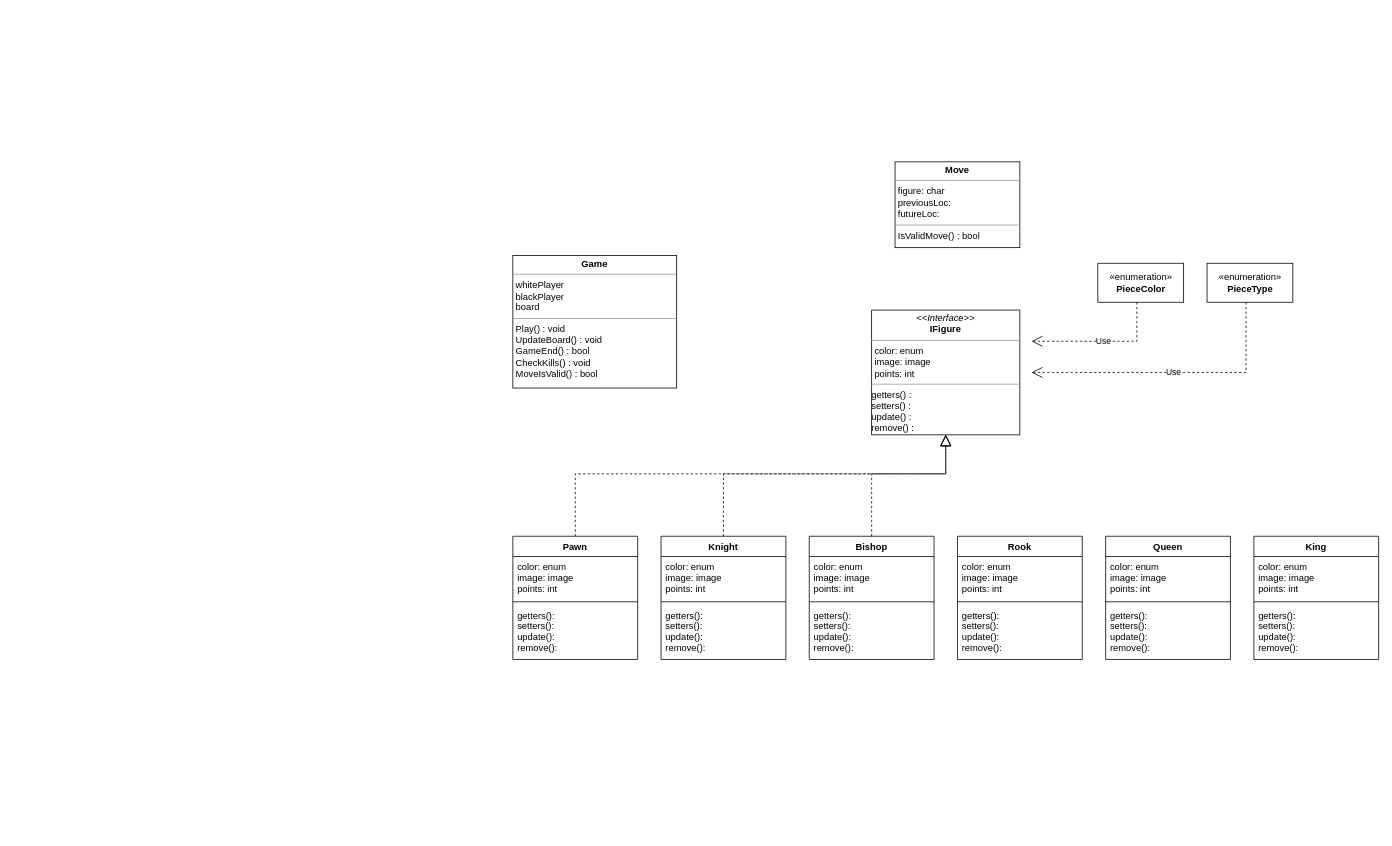
Bl8nk20/Chess keeps this draw.io diagram as Unbenanntes Diagramm.drawio. Above is the earlier version. Source tidied: cells renumbered, new cells numbered last; positions are measured from the earlier drawing's top-left corner, leaving out a move shared by most shapes. Both pictures are drawn from the tidied source at 78%, with x=0, y=0 at pixel (512, 161).
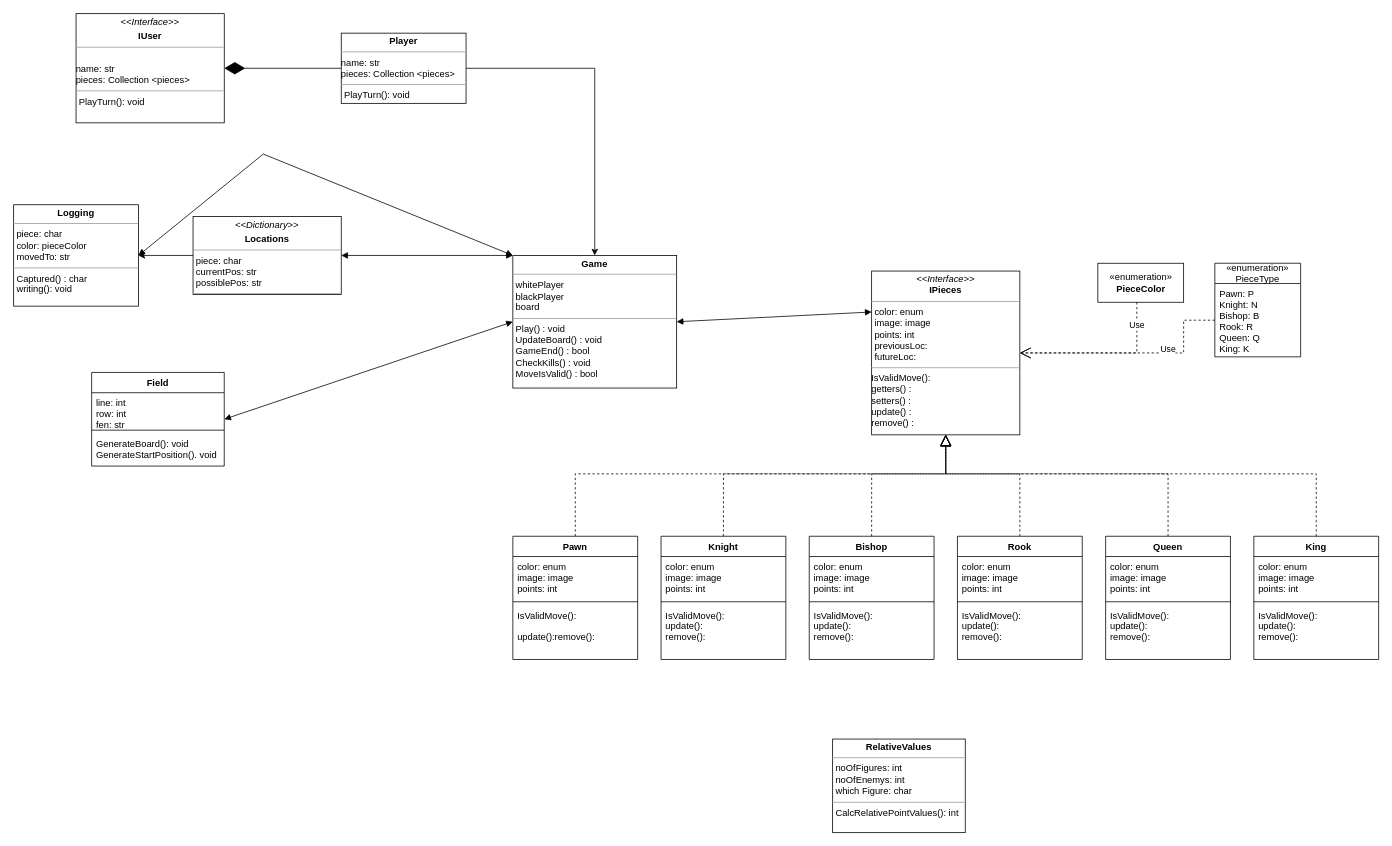
Above is the later version.

Unchanged cells that the change refers to:
```xml
<mxCell id="2" value="&lt;p style=&quot;margin:0px;margin-top:4px;text-align:center;&quot;&gt;&lt;b&gt;Game&lt;/b&gt;&lt;br&gt;&lt;/p&gt;&lt;hr size=&quot;1&quot;&gt;&lt;p style=&quot;margin:0px;margin-left:4px;&quot;&gt;whitePlayer&lt;/p&gt;&lt;p style=&quot;margin:0px;margin-left:4px;&quot;&gt;blackPlayer&lt;/p&gt;&lt;p style=&quot;margin:0px;margin-left:4px;&quot;&gt;board&lt;/p&gt;&lt;hr size=&quot;1&quot;&gt;&lt;p style=&quot;margin:0px;margin-left:4px;&quot;&gt;Play() : void&lt;/p&gt;&lt;p style=&quot;margin:0px;margin-left:4px;&quot;&gt;UpdateBoard() : void&lt;/p&gt;&lt;p style=&quot;margin:0px;margin-left:4px;&quot;&gt;GameEnd() : bool&lt;/p&gt;&lt;p style=&quot;margin:0px;margin-left:4px;&quot;&gt;CheckKills() : void&lt;/p&gt;&lt;p style=&quot;margin:0px;margin-left:4px;&quot;&gt;MoveIsValid() : bool&lt;br&gt;&lt;/p&gt;" style="verticalAlign=top;align=left;overflow=fill;fontSize=12;fontFamily=Helvetica;html=1;" parent="1" vertex="1">
  <mxGeometry y="120" width="210" height="170" as="geometry" />
</mxCell>
<mxCell id="8" value="Knight" style="swimlane;fontStyle=1;align=center;verticalAlign=top;horizontal=1;startSize=26;" parent="1" vertex="1">
  <mxGeometry x="190" y="480" width="160" height="158" as="geometry" />
</mxCell>
<mxCell id="13" value="King" style="swimlane;fontStyle=1;align=center;verticalAlign=top;horizontal=1;startSize=26;" parent="1" vertex="1">
  <mxGeometry x="950" y="480" width="160" height="158" as="geometry" />
</mxCell>
<mxCell id="17" value="Queen" style="swimlane;fontStyle=1;align=center;verticalAlign=top;horizontal=1;startSize=26;" parent="1" vertex="1">
  <mxGeometry x="760" y="480" width="160" height="158" as="geometry" />
</mxCell>
<mxCell id="21" value="Rook" style="swimlane;fontStyle=1;align=center;verticalAlign=top;horizontal=1;startSize=26;" parent="1" vertex="1">
  <mxGeometry x="570" y="480" width="160" height="158" as="geometry" />
</mxCell>
<mxCell id="25" value="Bishop" style="swimlane;fontStyle=1;align=center;verticalAlign=top;horizontal=1;startSize=26;" parent="1" vertex="1">
  <mxGeometry x="380" y="480" width="160" height="158" as="geometry" />
</mxCell>
<mxCell id="29" value="Pawn" style="swimlane;fontStyle=1;align=center;verticalAlign=top;horizontal=1;startSize=26;" parent="1" vertex="1">
  <mxGeometry y="480" width="160" height="158" as="geometry" />
</mxCell>
```

What changed in the source:
```diff
@@
-    <mxCell id="3" value="&lt;p style=&quot;margin:0px;margin-top:4px;text-align:center;&quot;&gt;&lt;b&gt;Move&lt;/b&gt;&lt;/p&gt;&lt;hr size=&quot;1&quot;&gt;&lt;p style=&quot;margin:0px;margin-left:4px;&quot;&gt;figure: char&lt;/p&gt;&lt;p style=&quot;margin:0px;margin-left:4px;&quot;&gt;previousLoc:&lt;/p&gt;&lt;p style=&quot;margin:0px;margin-left:4px;&quot;&gt;futureLoc: &lt;br&gt;&lt;/p&gt;&lt;hr size=&quot;1&quot;&gt;&lt;p style=&quot;margin:0px;margin-left:4px;&quot;&gt;IsValidMove() : bool&lt;br&gt;&lt;/p&gt;" style="verticalAlign=top;align=left;overflow=fill;fontSize=12;fontFamily=Helvetica;html=1;" parent="1" vertex="1">
-      <mxGeometry x="490" width="160" height="110" as="geometry" />
-    </mxCell>
-    <mxCell id="4" style="edgeStyle=orthogonalEdgeStyle;rounded=0;orthogonalLoop=1;jettySize=auto;html=1;exitX=0.5;exitY=1;exitDx=0;exitDy=0;" parent="1" edge="1" source="3" target="3">
-      <mxGeometry relative="1" as="geometry" />
+    <mxCell id="4" style="edgeStyle=orthogonalEdgeStyle;rounded=0;orthogonalLoop=1;jettySize=auto;html=1;exitX=0.5;exitY=1;exitDx=0;exitDy=0;" parent="1" edge="1">
+      <mxGeometry relative="1" as="geometry">
+        <mxPoint x="570" y="110" as="sourcePoint" />
+        <mxPoint x="570" y="110" as="targetPoint" />
+      </mxGeometry>
     </mxCell>
@@
-    <mxCell id="6" value="&lt;div&gt;«enumeration»&lt;/div&gt;&lt;div&gt;&lt;b&gt;PieceType&lt;/b&gt;&lt;br&gt;&lt;/div&gt;" style="html=1;" parent="1" vertex="1">
-      <mxGeometry x="890" y="130" width="110" height="50" as="geometry" />
-    </mxCell>
-    <mxCell id="7" value="&lt;p style=&quot;margin:0px;margin-top:4px;text-align:center;&quot;&gt;&lt;i&gt;&amp;lt;&amp;lt;Interface&amp;gt;&amp;gt;&lt;/i&gt;&lt;br&gt;&lt;b&gt;IFigure&lt;/b&gt;&lt;br&gt;&lt;/p&gt;&lt;hr size=&quot;1&quot;&gt;&lt;p style=&quot;margin:0px;margin-left:4px;&quot;&gt;color: enum&lt;/p&gt;&lt;p style=&quot;margin:0px;margin-left:4px;&quot;&gt;image: image&lt;/p&gt;&lt;p style=&quot;margin:0px;margin-left:4px;&quot;&gt;points: int&lt;br&gt;&lt;/p&gt;&lt;hr size=&quot;1&quot;&gt;&lt;div&gt;getters() :&lt;/div&gt;&lt;div&gt;setters() : &lt;br&gt;&lt;/div&gt;&lt;div&gt;update() : &lt;br&gt;&lt;/div&gt;&lt;div&gt;remove() :&lt;br&gt;&lt;/div&gt;" style="verticalAlign=top;align=left;overflow=fill;fontSize=12;fontFamily=Helvetica;html=1;" parent="1" vertex="1">
-      <mxGeometry x="460" y="190" width="190" height="160" as="geometry" />
+    <mxCell id="7" value="&lt;p style=&quot;margin:0px;margin-top:4px;text-align:center;&quot;&gt;&lt;i&gt;&amp;lt;&amp;lt;Interface&amp;gt;&amp;gt;&lt;/i&gt;&lt;br&gt;&lt;b&gt;IPieces&lt;/b&gt;&lt;br&gt;&lt;/p&gt;&lt;hr size=&quot;1&quot;&gt;&lt;p style=&quot;margin:0px;margin-left:4px;&quot;&gt;color: enum&lt;/p&gt;&lt;p style=&quot;margin:0px;margin-left:4px;&quot;&gt;image: image&lt;/p&gt;&lt;p style=&quot;margin:0px;margin-left:4px;&quot;&gt;points: int&lt;/p&gt;&lt;p style=&quot;margin:0px;margin-left:4px;&quot;&gt;previousLoc:&lt;/p&gt;&lt;p style=&quot;margin:0px;margin-left:4px;&quot;&gt;futureLoc:&lt;br&gt;&lt;/p&gt;&lt;hr size=&quot;1&quot;&gt;&lt;div&gt;IsValidMove(): &lt;br&gt;&lt;/div&gt;&lt;div&gt;getters() :&lt;/div&gt;&lt;div&gt;setters() : &lt;br&gt;&lt;/div&gt;&lt;div&gt;update() : &lt;br&gt;&lt;/div&gt;&lt;div&gt;remove() :&lt;br&gt;&lt;/div&gt;" style="verticalAlign=top;align=left;overflow=fill;fontSize=12;fontFamily=Helvetica;html=1;" parent="1" vertex="1">
+      <mxGeometry x="460" y="140" width="190" height="210" as="geometry" />
     </mxCell>
@@
-    <mxCell id="12" value="getters():&#10;setters():&#10;update():&#10;remove():&#10;" style="text;strokeColor=none;fillColor=none;align=left;verticalAlign=top;spacingLeft=4;spacingRight=4;overflow=hidden;" parent="8" vertex="1">
+    <mxCell id="12" value="IsValidMove():&#10;update():&#10;remove():&#10;" style="text;strokeColor=none;fillColor=none;align=left;verticalAlign=top;spacingLeft=4;spacingRight=4;overflow=hidden;" parent="8" vertex="1">
       <mxGeometry y="88" width="160" height="70" as="geometry" />
     </mxCell>
@@
-    <mxCell id="16" value="getters():&#10;setters():&#10;update():&#10;remove():&#10;" style="text;strokeColor=none;fillColor=none;align=left;verticalAlign=top;spacingLeft=4;spacingRight=4;overflow=hidden;" parent="13" vertex="1">
+    <mxCell id="16" value="IsValidMove():&#10;update():&#10;remove():&#10;" style="text;strokeColor=none;fillColor=none;align=left;verticalAlign=top;spacingLeft=4;spacingRight=4;overflow=hidden;" parent="13" vertex="1">
       <mxGeometry y="88" width="160" height="70" as="geometry" />
     </mxCell>
@@
-    <mxCell id="20" value="getters():&#10;setters():&#10;update():&#10;remove():&#10;" style="text;strokeColor=none;fillColor=none;align=left;verticalAlign=top;spacingLeft=4;spacingRight=4;overflow=hidden;" parent="17" vertex="1">
+    <mxCell id="20" value="IsValidMove():&#10;update():&#10;remove():&#10;" style="text;strokeColor=none;fillColor=none;align=left;verticalAlign=top;spacingLeft=4;spacingRight=4;overflow=hidden;" parent="17" vertex="1">
       <mxGeometry y="88" width="160" height="70" as="geometry" />
     </mxCell>
@@
-    <mxCell id="24" value="getters():&#10;setters():&#10;update():&#10;remove():&#10;" style="text;strokeColor=none;fillColor=none;align=left;verticalAlign=top;spacingLeft=4;spacingRight=4;overflow=hidden;" parent="21" vertex="1">
+    <mxCell id="24" value="IsValidMove(): &#10;update():&#10;remove():&#10;" style="text;strokeColor=none;fillColor=none;align=left;verticalAlign=top;spacingLeft=4;spacingRight=4;overflow=hidden;" parent="21" vertex="1">
       <mxGeometry y="88" width="160" height="70" as="geometry" />
     </mxCell>
@@
-    <mxCell id="28" value="getters():&#10;setters():&#10;update():&#10;remove():&#10;" style="text;strokeColor=none;fillColor=none;align=left;verticalAlign=top;spacingLeft=4;spacingRight=4;overflow=hidden;" parent="25" vertex="1">
+    <mxCell id="28" value="IsValidMove():&#10;update():&#10;remove():&#10;" style="text;strokeColor=none;fillColor=none;align=left;verticalAlign=top;spacingLeft=4;spacingRight=4;overflow=hidden;" parent="25" vertex="1">
       <mxGeometry y="88" width="160" height="70" as="geometry" />
     </mxCell>
@@
-    <mxCell id="32" value="getters():&#10;setters():&#10;update():&#10;remove():&#10;" style="text;strokeColor=none;fillColor=none;align=left;verticalAlign=top;spacingLeft=4;spacingRight=4;overflow=hidden;" parent="29" vertex="1">
+    <mxCell id="32" value="IsValidMove():&#10;&#10;update():remove():&#10;" style="text;strokeColor=none;fillColor=none;align=left;verticalAlign=top;spacingLeft=4;spacingRight=4;overflow=hidden;" parent="29" vertex="1">
       <mxGeometry y="88" width="160" height="70" as="geometry" />
     </mxCell>
-    <mxCell id="33" value="Use" style="endArrow=open;endSize=12;dashed=1;html=1;rounded=0;entryX=1;entryY=0.5;entryDx=0;entryDy=0;" parent="1" edge="1">
-      <mxGeometry relative="1" as="geometry">
-        <mxPoint x="940" y="180" as="sourcePoint" />
-        <mxPoint x="665" y="270" as="targetPoint" />
-        <Array as="points">
-          <mxPoint x="940" y="270" />
-        </Array>
-      </mxGeometry>
-    </mxCell>
-    <mxCell id="34" value="Use" style="endArrow=open;endSize=12;dashed=1;html=1;rounded=0;entryX=1;entryY=0.25;entryDx=0;entryDy=0;" parent="1" edge="1">
-      <mxGeometry relative="1" as="geometry">
+    <mxCell id="34" value="Use" style="endArrow=open;endSize=12;dashed=1;html=1;rounded=0;entryX=1;entryY=0.5;entryDx=0;entryDy=0;" parent="1" edge="1" target="7">
+      <mxGeometry x="-0.72" relative="1" as="geometry">
         <mxPoint x="800" y="180" as="sourcePoint" />
-        <mxPoint x="665" y="230" as="targetPoint" />
         <Array as="points">
-          <mxPoint x="800" y="230" />
+          <mxPoint x="800" y="245" />
         </Array>
       </mxGeometry>
     </mxCell>
@@
+    <mxCell id="37" style="endArrow=block;dashed=1;endFill=0;endSize=12;html=1;rounded=0;exitX=0.5;exitY=0;exitDx=0;exitDy=0;entryX=0.5;entryY=1;entryDx=0;entryDy=0;" parent="1" edge="1" source="21" target="7">
+      <mxGeometry relative="1" as="geometry">
+        <Array as="points">
+          <mxPoint x="650" y="400" />
+          <mxPoint x="555" y="400" />
+        </Array>
+      </mxGeometry>
+    </mxCell>
+    <mxCell id="38" style="endArrow=block;dashed=1;endFill=0;endSize=12;html=1;rounded=0;exitX=0.5;exitY=0;exitDx=0;exitDy=0;entryX=0.5;entryY=1;entryDx=0;entryDy=0;" parent="1" edge="1" source="17" target="7">
+      <mxGeometry relative="1" as="geometry">
+        <Array as="points">
+          <mxPoint x="840" y="400" />
+          <mxPoint x="555" y="400" />
+        </Array>
+      </mxGeometry>
+    </mxCell>
+    <mxCell id="39" style="endArrow=block;dashed=1;endFill=0;endSize=12;html=1;rounded=0;exitX=0.5;exitY=0;exitDx=0;exitDy=0;entryX=0.5;entryY=1;entryDx=0;entryDy=0;" parent="1" edge="1" source="13" target="7">
+      <mxGeometry relative="1" as="geometry">
+        <Array as="points">
+          <mxPoint x="1030" y="400" />
+          <mxPoint x="555" y="400" />
+        </Array>
+      </mxGeometry>
+    </mxCell>
+    <mxCell id="6" value="«enumeration»&#10;PieceType" style="swimlane;fontStyle=0;horizontal=1;startSize=26;fillColor=none;" parent="1" vertex="1">
+      <mxGeometry x="900" y="130" width="110" height="120" as="geometry" />
+    </mxCell>
+    <mxCell id="40" value="Pawn: P&#10;Knight: N&#10;Bishop: B&#10;Rook: R&#10;Queen: Q&#10;King: K&#10;" style="text;strokeColor=none;fillColor=none;align=left;verticalAlign=top;spacingLeft=4;spacingRight=4;overflow=hidden;points=[[0,0.5],[1,0.5]];portConstraint=eastwest;" parent="6" vertex="1">
+      <mxGeometry y="26" width="110" height="94" as="geometry" />
+    </mxCell>
+    <mxCell id="33" value="Use" style="endArrow=open;endSize=12;dashed=1;html=1;rounded=0;entryX=1;entryY=0.5;entryDx=0;entryDy=0;exitX=0;exitY=0.5;exitDx=0;exitDy=0;" parent="1" edge="1" source="40" target="7">
+      <mxGeometry x="-0.3" y="-5" relative="1" as="geometry">
+        <Array as="points">
+          <mxPoint x="860" y="203" />
+          <mxPoint x="860" y="245" />
+          <mxPoint x="670" y="245" />
+        </Array>
+      </mxGeometry>
+    </mxCell>
+    <mxCell id="41" value="&lt;p style=&quot;margin:0px;margin-top:4px;text-align:center;&quot;&gt;&lt;b&gt;RelativeValues&lt;/b&gt;&lt;/p&gt;&lt;hr size=&quot;1&quot;&gt;&lt;p style=&quot;margin:0px;margin-left:4px;&quot;&gt;noOfFigures: int&lt;/p&gt;&lt;p style=&quot;margin:0px;margin-left:4px;&quot;&gt;noOfEnemys: int&lt;/p&gt;&lt;p style=&quot;margin:0px;margin-left:4px;&quot;&gt;which Figure: char&lt;br&gt;&lt;/p&gt;&lt;hr size=&quot;1&quot;&gt;&lt;p style=&quot;margin:0px;margin-left:4px;&quot;&gt;CalcRelativePointValues(): int&lt;br&gt;&lt;/p&gt;" style="verticalAlign=top;align=left;overflow=fill;fontSize=12;fontFamily=Helvetica;html=1;" parent="1" vertex="1">
+      <mxGeometry x="410" y="740" width="170" height="120" as="geometry" />
+    </mxCell>
+    <mxCell id="42" style="edgeStyle=orthogonalEdgeStyle;rounded=0;jettySize=auto;html=1;exitX=1;exitY=0.5;exitDx=0;exitDy=0;" parent="1" edge="1" source="43" target="2">
+      <mxGeometry relative="1" as="geometry" />
+    </mxCell>
+    <mxCell id="43" value="&lt;p style=&quot;margin:0px;margin-top:4px;text-align:center;&quot;&gt;&lt;b&gt;Player&lt;/b&gt;&lt;/p&gt;&lt;hr size=&quot;1&quot;&gt;&lt;div&gt;name: str&lt;/div&gt;&lt;div&gt;pieces: Collection &amp;lt;pieces&amp;gt;&lt;br&gt;&lt;/div&gt;&lt;hr size=&quot;1&quot;&gt;&lt;p style=&quot;margin:0px;margin-left:4px;&quot;&gt;PlayTurn(): void&lt;br&gt;&lt;/p&gt;" style="verticalAlign=top;align=left;overflow=fill;fontSize=12;fontFamily=Helvetica;html=1;" parent="1" vertex="1">
+      <mxGeometry x="-220" y="-165" width="160" height="90" as="geometry" />
+    </mxCell>
+    <mxCell id="44" value="&lt;p style=&quot;margin:0px;margin-top:4px;text-align:center;&quot;&gt;&lt;b&gt;Logging&lt;/b&gt;&lt;/p&gt;&lt;hr size=&quot;1&quot;&gt;&lt;p style=&quot;margin:0px;margin-left:4px;&quot;&gt;piece: char&lt;/p&gt;&lt;p style=&quot;margin:0px;margin-left:4px;&quot;&gt;color: pieceColor&lt;/p&gt;&lt;p style=&quot;margin:0px;margin-left:4px;&quot;&gt;movedTo: str&lt;br&gt;&lt;/p&gt;&lt;hr size=&quot;1&quot;&gt;&lt;p style=&quot;margin:0px;margin-left:4px;&quot;&gt;Captured() : char&lt;/p&gt;&lt;p style=&quot;margin:0px;margin-left:4px;&quot;&gt;writing(): void&lt;br&gt;&lt;/p&gt;" style="verticalAlign=top;align=left;overflow=fill;fontSize=12;fontFamily=Helvetica;html=1;" parent="1" vertex="1">
+      <mxGeometry x="-640" y="55" width="160" height="130" as="geometry" />
+    </mxCell>
+    <mxCell id="45" style="edgeStyle=orthogonalEdgeStyle;rounded=0;jettySize=auto;html=1;entryX=1;entryY=0.5;entryDx=0;entryDy=0;" parent="1" edge="1" source="46" target="44">
+      <mxGeometry relative="1" as="geometry" />
+    </mxCell>
+    <mxCell id="46" value="&lt;p style=&quot;margin:0px;margin-top:4px;text-align:center;&quot;&gt;&lt;i&gt;&amp;lt;&amp;lt;Dictionary&amp;gt;&amp;gt;&lt;/i&gt;&lt;b&gt;&lt;br&gt;&lt;/b&gt;&lt;/p&gt;&lt;p style=&quot;margin:0px;margin-top:4px;text-align:center;&quot;&gt;&lt;b&gt;Locations&lt;/b&gt;&lt;br&gt;&lt;b&gt;&lt;/b&gt;&lt;/p&gt;&lt;hr size=&quot;1&quot;&gt;&lt;p style=&quot;margin:0px;margin-left:4px;&quot;&gt;piece: char&lt;/p&gt;&lt;p style=&quot;margin:0px;margin-left:4px;&quot;&gt;currentPos: str&lt;/p&gt;&lt;p style=&quot;margin:0px;margin-left:4px;&quot;&gt;possiblePos: str&lt;/p&gt;&lt;hr size=&quot;1&quot;&gt;" style="verticalAlign=top;align=left;overflow=fill;fontSize=12;fontFamily=Helvetica;html=1;" parent="1" vertex="1">
+      <mxGeometry x="-410" y="70" width="190" height="100" as="geometry" />
+    </mxCell>
+    <mxCell id="47" value="Field" style="swimlane;fontStyle=1;align=center;verticalAlign=top;horizontal=1;startSize=26;" parent="1" vertex="1">
+      <mxGeometry x="-540" y="270" width="170" height="120" as="geometry" />
+    </mxCell>
+    <mxCell id="48" value="line: int&#10;row: int&#10;fen: str&#10;" style="text;strokeColor=none;fillColor=none;align=left;verticalAlign=top;spacingLeft=4;spacingRight=4;overflow=hidden;" parent="47" vertex="1">
+      <mxGeometry y="26" width="170" height="44" as="geometry" />
+    </mxCell>
+    <mxCell id="49" style="line;strokeWidth=1;fillColor=none;align=left;verticalAlign=middle;spacingTop=-1;spacingLeft=3;spacingRight=3;labelPosition=right;strokeColor=inherit;" parent="47" vertex="1">
+      <mxGeometry y="70" width="170" height="8" as="geometry" />
+    </mxCell>
+    <mxCell id="50" value="GenerateBoard(): void&#10;GenerateStartPosition(). void&#10;" style="text;strokeColor=none;fillColor=none;align=left;verticalAlign=top;spacingLeft=4;spacingRight=4;overflow=hidden;" parent="47" vertex="1">
+      <mxGeometry y="78" width="170" height="42" as="geometry" />
+    </mxCell>
+    <mxCell id="51" style="endArrow=block;startArrow=block;endFill=1;startFill=1;html=1;rounded=0;entryX=0;entryY=0;entryDx=0;entryDy=0;exitX=1;exitY=0.5;exitDx=0;exitDy=0;" parent="1" edge="1" source="46" target="2">
+      <mxGeometry relative="1" as="geometry" />
+    </mxCell>
+    <mxCell id="52" style="endArrow=block;startArrow=block;endFill=1;startFill=1;html=1;rounded=0;exitX=1;exitY=0.5;exitDx=0;exitDy=0;entryX=0;entryY=0.5;entryDx=0;entryDy=0;" parent="1" edge="1" source="47" target="2">
+      <mxGeometry relative="1" as="geometry" />
+    </mxCell>
+    <mxCell id="53" style="endArrow=block;startArrow=block;endFill=1;startFill=1;html=1;rounded=0;exitX=1;exitY=0.5;exitDx=0;exitDy=0;entryX=0;entryY=0.25;entryDx=0;entryDy=0;" parent="1" edge="1" source="2" target="7">
+      <mxGeometry relative="1" as="geometry" />
+    </mxCell>
+    <mxCell id="54" style="endArrow=block;startArrow=block;endFill=1;startFill=1;html=1;rounded=0;exitX=1;exitY=0.5;exitDx=0;exitDy=0;entryX=0;entryY=0;entryDx=0;entryDy=0;" parent="1" edge="1" source="44" target="2">
+      <mxGeometry relative="1" as="geometry">
+        <Array as="points">
+          <mxPoint x="-320" y="-10" />
+        </Array>
+      </mxGeometry>
+    </mxCell>
+    <mxCell id="55" value="&lt;p style=&quot;margin:0px;margin-top:4px;text-align:center;&quot;&gt;&lt;i&gt;&amp;lt;&amp;lt;Interface&amp;gt;&amp;gt;&lt;/i&gt;&lt;b&gt;&lt;br&gt;&lt;/b&gt;&lt;/p&gt;&lt;p style=&quot;margin:0px;margin-top:4px;text-align:center;&quot;&gt;&lt;b&gt;IUser&lt;/b&gt;&lt;/p&gt;&lt;hr size=&quot;1&quot;&gt;&lt;br&gt;&lt;b&gt;&lt;/b&gt;&lt;div&gt;name: str&lt;/div&gt;pieces: Collection &amp;lt;pieces&amp;gt;&lt;hr size=&quot;1&quot;&gt;&lt;p style=&quot;margin:0px;margin-left:4px;&quot;&gt;PlayTurn(): void&lt;br&gt;&lt;/p&gt;" style="verticalAlign=top;align=left;overflow=fill;fontSize=12;fontFamily=Helvetica;html=1;" parent="1" vertex="1">
+      <mxGeometry x="-560" y="-190" width="190" height="140" as="geometry" />
+    </mxCell>
+    <mxCell id="56" style="endArrow=diamondThin;endFill=1;endSize=24;html=1;rounded=0;entryX=1;entryY=0.5;entryDx=0;entryDy=0;exitX=0;exitY=0.5;exitDx=0;exitDy=0;" parent="1" edge="1" source="43" target="55">
+      <mxGeometry relative="1" as="geometry" />
+    </mxCell>
```
